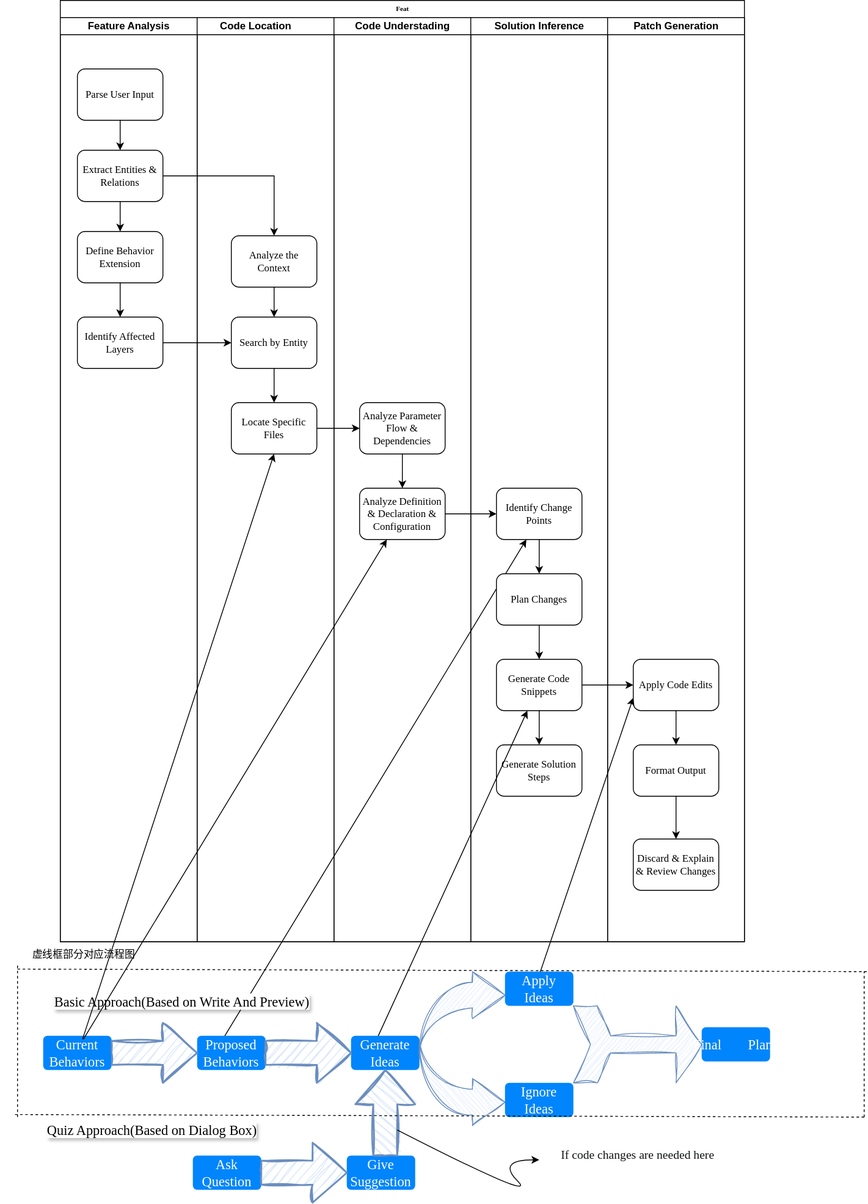
The draw.io diagram feat.svg in BullFrogDianDian/SoftEngineer, before a commit. Source tidied: cells renumbered, new cells last; positions are measured from the earlier drawing's top-left corner, leaving out a move shared by most shapes.
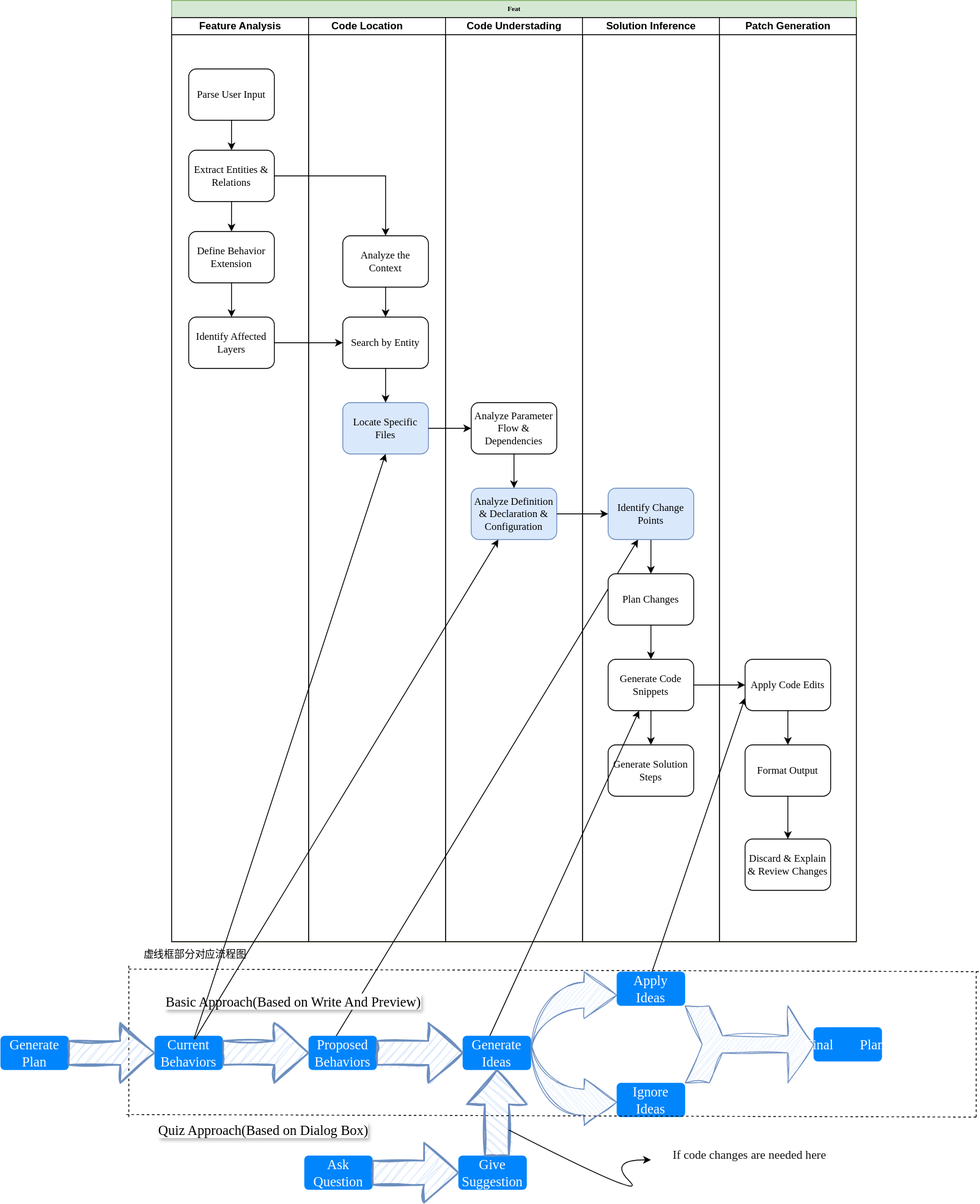
After the change.

Diff of the diagram source:
```diff
@@ -2,7 +2,7 @@
   <root>
     <mxCell id="0" />
     <mxCell id="1" parent="0" />
-    <mxCell id="2" value="Feat" style="swimlane;html=1;startSize=20;rounded=0;shadow=0;labelBackgroundColor=none;strokeWidth=1;fontFamily=Verdana;fontSize=8;align=center;" parent="1" vertex="1">
+    <mxCell id="2" value="Feat" style="swimlane;html=1;startSize=20;rounded=0;shadow=0;labelBackgroundColor=none;strokeWidth=1;fontFamily=Verdana;fontSize=8;align=center;fillColor=#d5e8d4;strokeColor=#82b366;" parent="1" vertex="1">
       <mxGeometry x="70" width="800" height="1100" as="geometry" />
     </mxCell>
     <mxCell id="3" value="Feature Analysis" style="swimlane;html=1;startSize=20;" parent="2" vertex="1">
@@ -38,7 +38,7 @@
     <mxCell id="13" value="&lt;font style=&quot;font-size: 12px;&quot;&gt;Search by Entity&lt;/font&gt;" style="rounded=1;whiteSpace=wrap;html=1;shadow=0;labelBackgroundColor=none;strokeWidth=1;fontFamily=Verdana;fontSize=8;align=center;" parent="11" vertex="1">
       <mxGeometry x="40" y="350" width="100" height="60" as="geometry" />
     </mxCell>
-    <mxCell id="14" value="&lt;font style=&quot;font-size: 12px;&quot;&gt;Locate Specific Files&lt;/font&gt;" style="rounded=1;whiteSpace=wrap;html=1;shadow=0;labelBackgroundColor=none;strokeWidth=1;fontFamily=Verdana;fontSize=8;align=center;" parent="11" vertex="1">
+    <mxCell id="14" value="&lt;font style=&quot;font-size: 12px;&quot;&gt;Locate Specific Files&lt;/font&gt;" style="rounded=1;whiteSpace=wrap;html=1;shadow=0;labelBackgroundColor=none;strokeWidth=1;fontFamily=Verdana;fontSize=8;align=center;labelBorderColor=none;fillColor=#dae8fc;strokeColor=#6c8ebf;" parent="11" vertex="1">
       <mxGeometry x="40" y="450" width="100" height="60" as="geometry" />
     </mxCell>
     <mxCell id="15" style="edgeStyle=orthogonalEdgeStyle;rounded=0;jettySize=auto;html=1;" parent="11" edge="1" source="16" target="13">
@@ -56,7 +56,7 @@
     <mxCell id="19" value="&lt;font style=&quot;font-size: 12px;&quot;&gt;Analyze Parameter Flow &amp;amp; Dependencies&lt;/font&gt;" style="rounded=1;whiteSpace=wrap;html=1;shadow=0;labelBackgroundColor=none;strokeWidth=1;fontFamily=Verdana;fontSize=8;align=center;" parent="17" vertex="1">
       <mxGeometry x="30" y="450" width="100" height="60" as="geometry" />
     </mxCell>
-    <mxCell id="20" value="&lt;font style=&quot;font-size: 12px;&quot;&gt;Analyze Definition &amp;amp; Declaration &amp;amp; Configuration&lt;/font&gt;" style="rounded=1;whiteSpace=wrap;html=1;shadow=0;labelBackgroundColor=none;strokeWidth=1;fontFamily=Verdana;fontSize=8;align=center;" parent="17" vertex="1">
+    <mxCell id="20" value="&lt;font style=&quot;font-size: 12px;&quot;&gt;Analyze Definition &amp;amp; Declaration &amp;amp; Configuration&lt;/font&gt;" style="rounded=1;whiteSpace=wrap;html=1;shadow=0;labelBackgroundColor=none;strokeWidth=1;fontFamily=Verdana;fontSize=8;align=center;fillColor=#dae8fc;strokeColor=#6c8ebf;" parent="17" vertex="1">
       <mxGeometry x="30" y="550" width="100" height="60" as="geometry" />
     </mxCell>
     <mxCell id="21" style="endArrow=classic;html=1;rounded=0;exitX=0.588;exitY=0.1;exitDx=0;exitDy=0;exitPerimeter=0;" parent="17" edge="1">
@@ -71,7 +71,7 @@
     <mxCell id="23" style="edgeStyle=orthogonalEdgeStyle;rounded=0;jettySize=auto;html=1;" parent="22" edge="1" source="24" target="26">
       <mxGeometry relative="1" as="geometry" />
     </mxCell>
-    <mxCell id="24" value="&lt;font style=&quot;font-size: 12px;&quot;&gt;Identify Change Points&lt;/font&gt;" style="rounded=1;whiteSpace=wrap;html=1;shadow=0;labelBackgroundColor=none;strokeWidth=1;fontFamily=Verdana;fontSize=8;align=center;" parent="22" vertex="1">
+    <mxCell id="24" value="&lt;font style=&quot;font-size: 12px;&quot;&gt;Identify Change Points&lt;/font&gt;" style="rounded=1;whiteSpace=wrap;html=1;shadow=0;labelBackgroundColor=none;strokeWidth=1;fontFamily=Verdana;fontSize=8;align=center;fillColor=#dae8fc;strokeColor=#6c8ebf;" parent="22" vertex="1">
       <mxGeometry x="30" y="550" width="100" height="60" as="geometry" />
     </mxCell>
     <mxCell id="25" style="edgeStyle=orthogonalEdgeStyle;rounded=0;jettySize=auto;html=1;" parent="22" edge="1" source="26" target="28">
@@ -232,5 +232,11 @@
     <mxCell id="68" style="endArrow=classic;html=1;rounded=0;exitX=0.588;exitY=0.1;exitDx=0;exitDy=0;exitPerimeter=0;" parent="1" edge="1" source="44" target="20">
       <mxGeometry relative="1" as="geometry" />
     </mxCell>
+    <mxCell id="69" value="&lt;font face=&quot;Comic Sans MS&quot;&gt;Generate Plan&lt;/font&gt;" style="html=1;shadow=0;dashed=0;shape=mxgraph.bootstrap.rrect;rSize=5;strokeColor=none;strokeWidth=1;fillColor=#0085FC;fontColor=#FFFFFF;whiteSpace=wrap;align=center;verticalAlign=middle;spacingLeft=0;fontStyle=0;fontSize=16;spacing=5;" parent="1" vertex="1">
+      <mxGeometry x="-130" y="1210" width="80" height="40" as="geometry" />
+    </mxCell>
+    <mxCell id="70" style="verticalLabelPosition=bottom;verticalAlign=top;html=1;strokeWidth=2;shape=mxgraph.arrows2.arrow;dy=0.6;dx=40;notch=0;fillColor=#dae8fc;strokeColor=#6c8ebf;sketch=1;curveFitting=1;jiggle=2;" parent="1" vertex="1">
+      <mxGeometry x="-50" y="1195" width="100" height="70" as="geometry" />
+    </mxCell>
   </root>
 </mxGraphModel>
```
